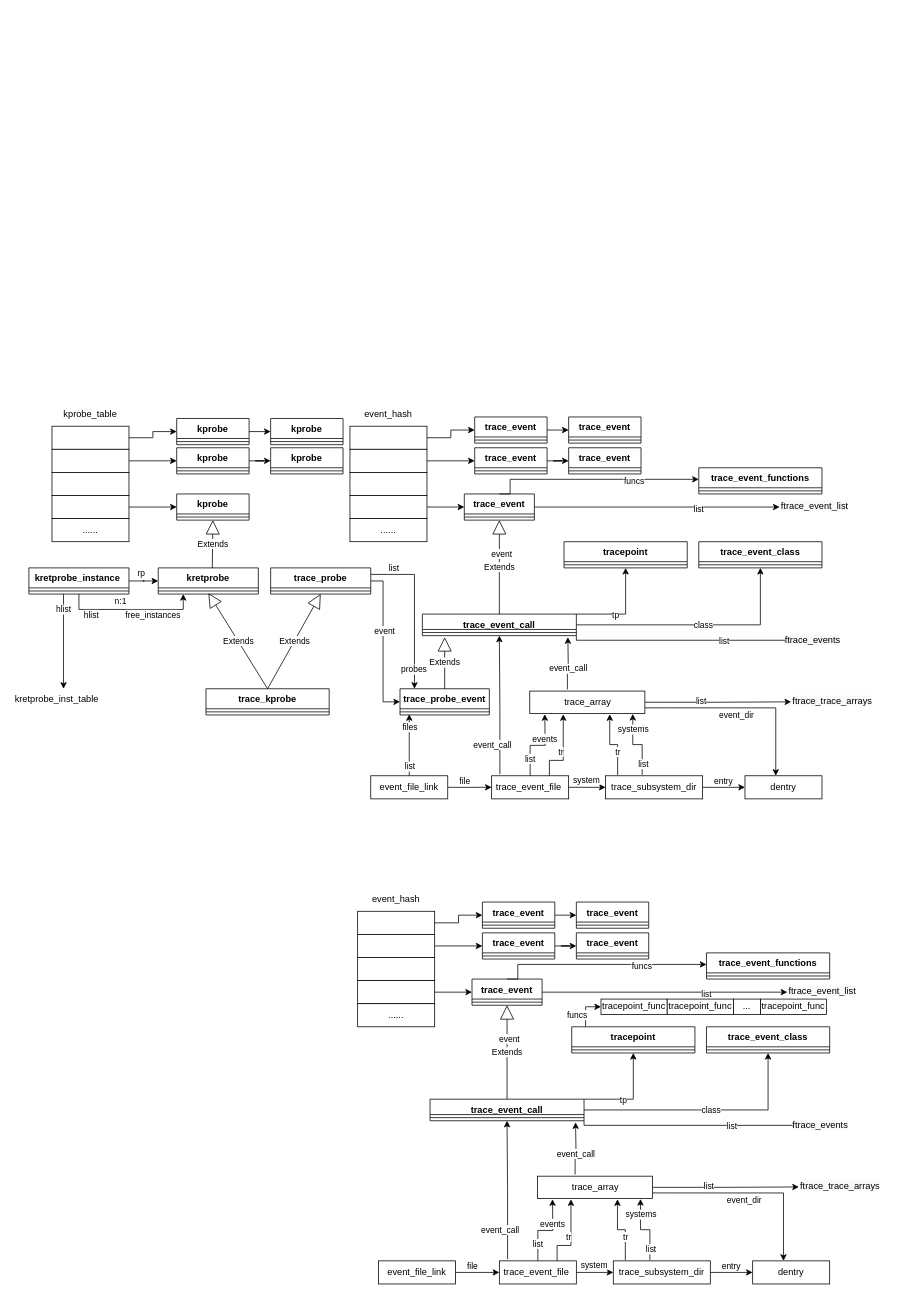
Before: trace.drawio in jasonactions/graph, a draw.io diagram. Source tidied: cells renumbered, new cells numbered last; positions are measured from the earlier drawing's top-left corner, leaving out a move shared by most shapes. Both pictures are drawn from the tidied source at 77%, with x=0, y=0 at pixel (13, 406).
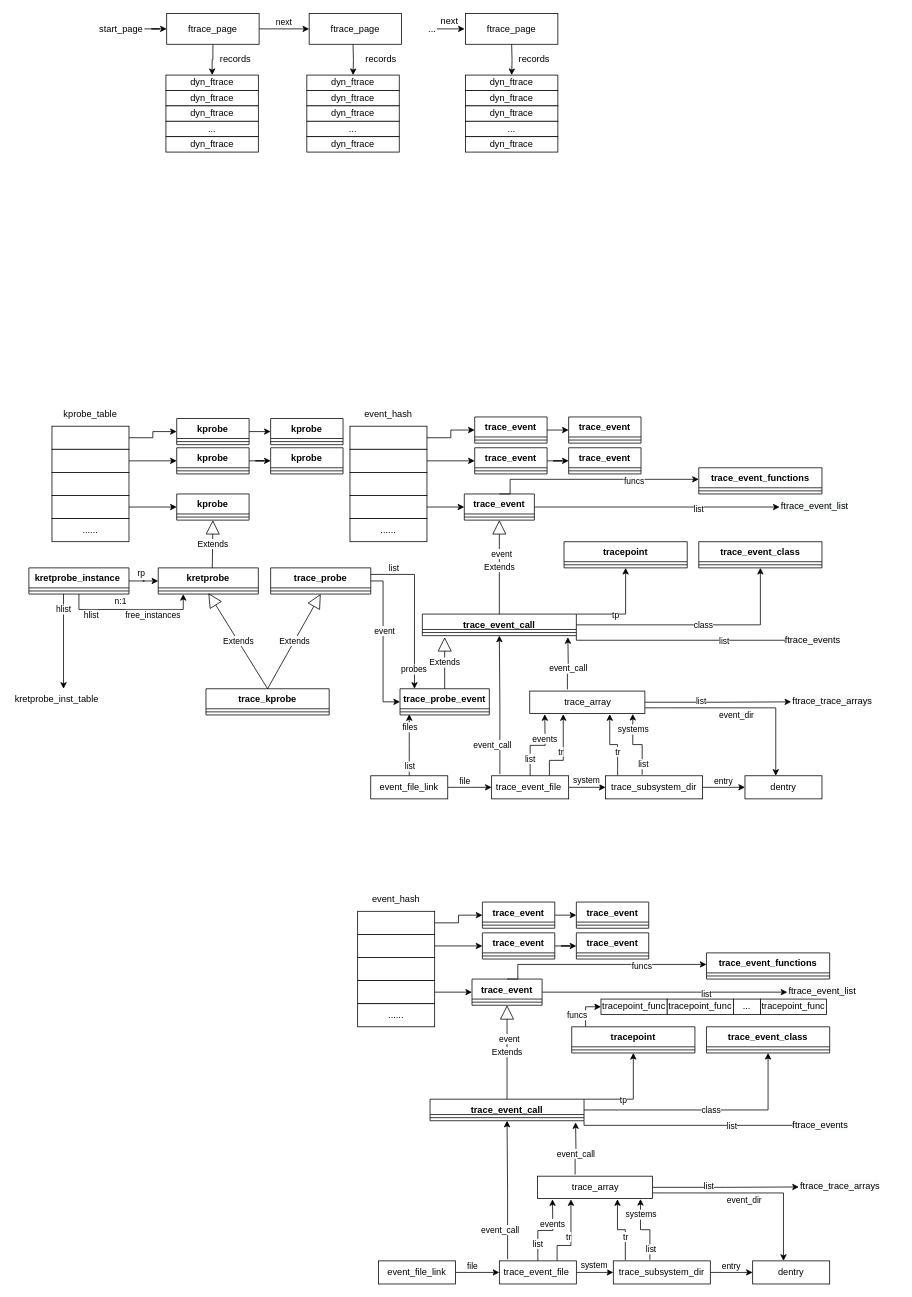
The same page after the edit.

What changed in the source:
```diff
@@
+    <mxCell id="206" style="edgeStyle=orthogonalEdgeStyle;rounded=0;jettySize=auto;html=1;entryX=0;entryY=0.5;entryDx=0;entryDy=0;" parent="1" edge="1" source="209" target="210">
+      <mxGeometry relative="1" as="geometry" />
+    </mxCell>
+    <mxCell id="207" value="next" style="edgeLabel;html=1;align=center;verticalAlign=middle;" parent="206" vertex="1">
+      <mxGeometry x="0.3" y="1" relative="1" as="geometry">
+        <mxPoint x="-11" y="-9" as="offset" />
+      </mxGeometry>
+    </mxCell>
+    <mxCell id="208" style="edgeStyle=orthogonalEdgeStyle;rounded=0;jettySize=auto;html=1;entryX=0.5;entryY=0;entryDx=0;entryDy=0;" parent="1" edge="1" source="209" target="215">
+      <mxGeometry relative="1" as="geometry" />
+    </mxCell>
+    <mxCell id="209" value="ftrace_page" style="rounded=0;whiteSpace=wrap;html=1;" parent="1" vertex="1">
+      <mxGeometry x="199" y="-510" width="120" height="40" as="geometry" />
+    </mxCell>
+    <mxCell id="210" value="ftrace_page" style="rounded=0;whiteSpace=wrap;html=1;" parent="1" vertex="1">
+      <mxGeometry x="384" y="-510" width="120" height="40" as="geometry" />
+    </mxCell>
+    <mxCell id="211" value="ftrace_page" style="rounded=0;whiteSpace=wrap;html=1;" parent="1" vertex="1">
+      <mxGeometry x="587" y="-510" width="120" height="40" as="geometry" />
+    </mxCell>
+    <mxCell id="212" style="edgeStyle=orthogonalEdgeStyle;rounded=0;orthogonalLoop=1;jettySize=auto;html=1;" parent="1" edge="1">
+      <mxGeometry relative="1" as="geometry">
+        <mxPoint x="550" y="-490" as="sourcePoint" />
+        <mxPoint x="586" y="-490" as="targetPoint" />
+      </mxGeometry>
+    </mxCell>
+    <mxCell id="213" value="..." style="text;html=1;strokeColor=none;fillColor=none;align=center;verticalAlign=middle;whiteSpace=wrap;rounded=0;" parent="1" vertex="1">
+      <mxGeometry x="514" y="-505" width="60" height="30" as="geometry" />
+    </mxCell>
+    <mxCell id="214" value="next" style="text;html=1;align=center;verticalAlign=middle;strokeColor=none;fillColor=none;" parent="1" vertex="1">
+      <mxGeometry x="546" y="-510" width="40" height="20" as="geometry" />
+    </mxCell>
+    <mxCell id="215" value="dyn_ftrace" style="rounded=0;whiteSpace=wrap;html=1;" parent="1" vertex="1">
+      <mxGeometry x="198" y="-430" width="120" height="20" as="geometry" />
+    </mxCell>
+    <mxCell id="216" value="records" style="text;html=1;align=center;verticalAlign=middle;strokeColor=none;fillColor=none;" parent="1" vertex="1">
+      <mxGeometry x="258" y="-460" width="60" height="20" as="geometry" />
+    </mxCell>
+    <mxCell id="217" value="dyn_ftrace" style="rounded=0;whiteSpace=wrap;html=1;" parent="1" vertex="1">
+      <mxGeometry x="198" y="-410" width="120" height="20" as="geometry" />
+    </mxCell>
+    <mxCell id="218" value="dyn_ftrace" style="rounded=0;whiteSpace=wrap;html=1;" parent="1" vertex="1">
+      <mxGeometry x="198" y="-390" width="120" height="20" as="geometry" />
+    </mxCell>
+    <mxCell id="219" value="..." style="rounded=0;whiteSpace=wrap;html=1;" parent="1" vertex="1">
+      <mxGeometry x="198" y="-370" width="120" height="20" as="geometry" />
+    </mxCell>
+    <mxCell id="220" value="dyn_ftrace" style="rounded=0;whiteSpace=wrap;html=1;" parent="1" vertex="1">
+      <mxGeometry x="198" y="-350" width="120" height="20" as="geometry" />
+    </mxCell>
+    <mxCell id="221" style="edgeStyle=orthogonalEdgeStyle;rounded=0;jettySize=auto;html=1;entryX=0.5;entryY=0;entryDx=0;entryDy=0;" parent="1" edge="1" target="222">
+      <mxGeometry relative="1" as="geometry">
+        <mxPoint x="441" y="-470" as="sourcePoint" />
+      </mxGeometry>
+    </mxCell>
+    <mxCell id="222" value="dyn_ftrace" style="rounded=0;whiteSpace=wrap;html=1;" parent="1" vertex="1">
+      <mxGeometry x="381" y="-430" width="120" height="20" as="geometry" />
+    </mxCell>
+    <mxCell id="223" value="records" style="text;html=1;align=center;verticalAlign=middle;strokeColor=none;fillColor=none;" parent="1" vertex="1">
+      <mxGeometry x="447" y="-460" width="60" height="20" as="geometry" />
+    </mxCell>
+    <mxCell id="224" value="dyn_ftrace" style="rounded=0;whiteSpace=wrap;html=1;" parent="1" vertex="1">
+      <mxGeometry x="381" y="-410" width="120" height="20" as="geometry" />
+    </mxCell>
+    <mxCell id="225" value="dyn_ftrace" style="rounded=0;whiteSpace=wrap;html=1;" parent="1" vertex="1">
+      <mxGeometry x="381" y="-390" width="120" height="20" as="geometry" />
+    </mxCell>
+    <mxCell id="226" value="..." style="rounded=0;whiteSpace=wrap;html=1;" parent="1" vertex="1">
+      <mxGeometry x="381" y="-370" width="120" height="20" as="geometry" />
+    </mxCell>
+    <mxCell id="227" value="dyn_ftrace" style="rounded=0;whiteSpace=wrap;html=1;" parent="1" vertex="1">
+      <mxGeometry x="381" y="-350" width="120" height="20" as="geometry" />
+    </mxCell>
+    <mxCell id="228" style="edgeStyle=orthogonalEdgeStyle;rounded=0;jettySize=auto;html=1;entryX=0.5;entryY=0;entryDx=0;entryDy=0;" parent="1" edge="1" target="229">
+      <mxGeometry relative="1" as="geometry">
+        <mxPoint x="647" y="-470" as="sourcePoint" />
+      </mxGeometry>
+    </mxCell>
+    <mxCell id="229" value="dyn_ftrace" style="rounded=0;whiteSpace=wrap;html=1;" parent="1" vertex="1">
+      <mxGeometry x="587" y="-430" width="120" height="20" as="geometry" />
+    </mxCell>
+    <mxCell id="230" value="records" style="text;html=1;align=center;verticalAlign=middle;strokeColor=none;fillColor=none;" parent="1" vertex="1">
+      <mxGeometry x="646" y="-460" width="60" height="20" as="geometry" />
+    </mxCell>
+    <mxCell id="231" value="dyn_ftrace" style="rounded=0;whiteSpace=wrap;html=1;" parent="1" vertex="1">
+      <mxGeometry x="587" y="-410" width="120" height="20" as="geometry" />
+    </mxCell>
+    <mxCell id="232" value="dyn_ftrace" style="rounded=0;whiteSpace=wrap;html=1;" parent="1" vertex="1">
+      <mxGeometry x="587" y="-390" width="120" height="20" as="geometry" />
+    </mxCell>
+    <mxCell id="233" value="..." style="rounded=0;whiteSpace=wrap;html=1;" parent="1" vertex="1">
+      <mxGeometry x="587" y="-370" width="120" height="20" as="geometry" />
+    </mxCell>
+    <mxCell id="234" value="dyn_ftrace" style="rounded=0;whiteSpace=wrap;html=1;" parent="1" vertex="1">
+      <mxGeometry x="587" y="-350" width="120" height="20" as="geometry" />
+    </mxCell>
+    <mxCell id="235" style="edgeStyle=orthogonalEdgeStyle;rounded=0;jettySize=auto;html=1;entryX=0;entryY=0.5;entryDx=0;entryDy=0;" parent="1" edge="1" source="236" target="209">
+      <mxGeometry relative="1" as="geometry" />
+    </mxCell>
+    <mxCell id="236" value="start_page" style="text;html=1;strokeColor=none;fillColor=none;align=center;verticalAlign=middle;whiteSpace=wrap;rounded=0;" parent="1" vertex="1">
+      <mxGeometry x="110" y="-505" width="60" height="30" as="geometry" />
+    </mxCell>
```
